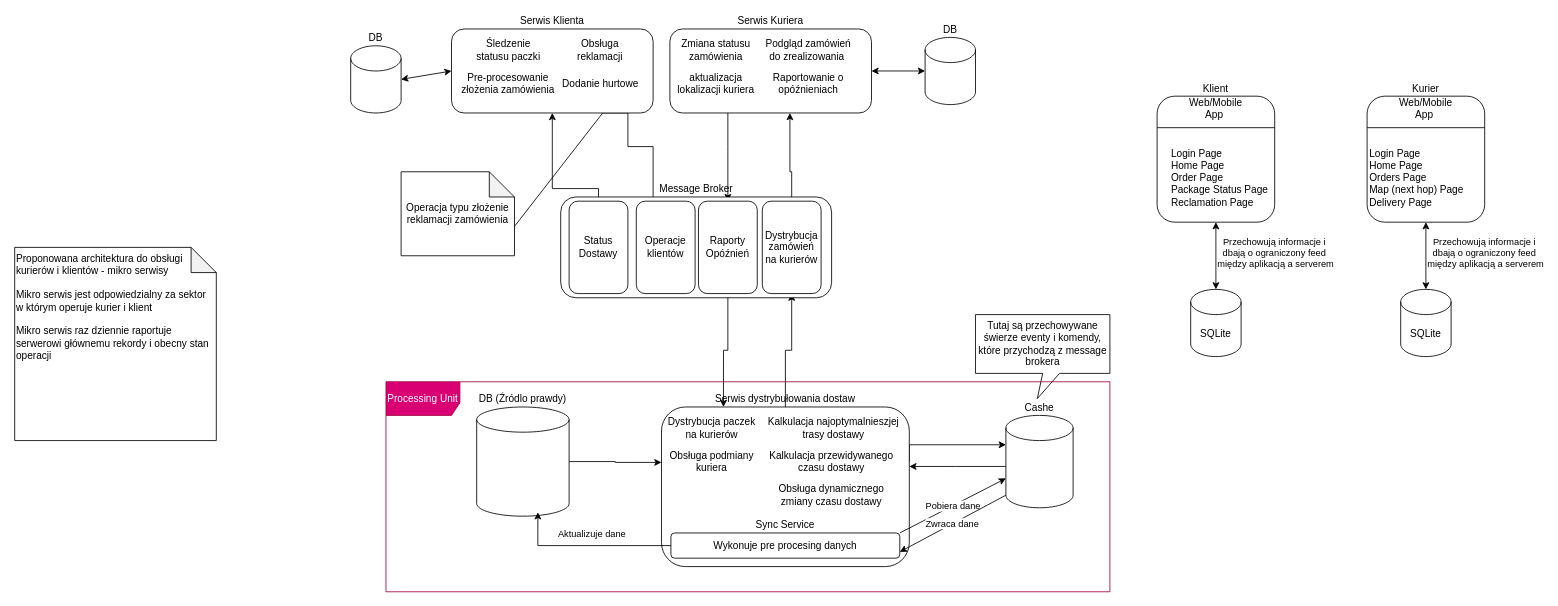
Franio2018/Projekt-Zespolowy keeps this draw.io diagram as page "Mikroserwisy + CQRS + modele paneli użytkowników" (1 of 2) of architektura.drawio. Above is the earlier version. Source tidied: cells renumbered, new cells numbered last; positions are measured from the earlier drawing's top-left corner, leaving out a move shared by most shapes. Both pictures are drawn from the tidied source at 84%, with x=0, y=0 at pixel (14, 29).
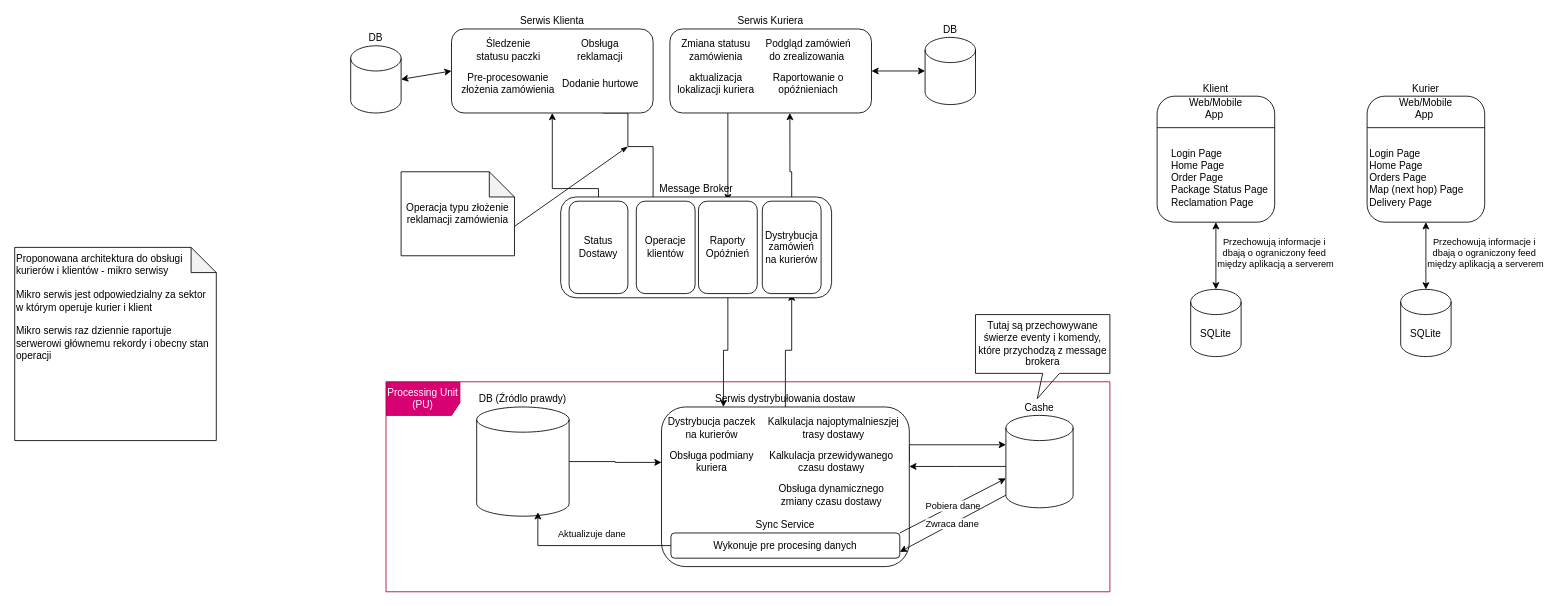
The same page after the edit.

Commit message:
dodanie diagramu SBA [v1]

The change refers to these unchanged cells:
```xml
<mxCell id="5" value="Serwis Klienta" style="rounded=1;whiteSpace=wrap;html=1;roundedPerimeter=1;labelPosition=center;verticalLabelPosition=top;align=center;verticalAlign=bottom;" parent="1" vertex="1">
  <mxGeometry x="520" width="240" height="100" as="geometry" />
</mxCell>
<mxCell id="22" value="Operacja typu złożenie reklamacji&amp;nbsp;&lt;span style=&quot;background-color: transparent; color: light-dark(#000000, var(--ge-light-color, #ffffff));&quot;&gt;zamówienia&lt;/span&gt;" style="shape=note;whiteSpace=wrap;html=1;backgroundOutline=1;darkOpacity=0.05;" parent="1" vertex="1">
  <mxGeometry x="460" y="170" width="135" height="100" as="geometry" />
</mxCell>
```

Change to the diagram source:
```diff
@@
-    <mxCell id="32" style="rounded=0;jettySize=auto;html=1;entryX=0;entryY=0;entryDx=135;entryDy=65;entryPerimeter=0;exitX=0.75;exitY=1;exitDx=0;exitDy=0;endArrow=none;endFill=0;" parent="1" edge="1" source="5" target="22">
-      <mxGeometry relative="1" as="geometry" />
+    <mxCell id="32" style="rounded=0;jettySize=auto;html=1;entryX=0;entryY=0;entryDx=135;entryDy=65;entryPerimeter=0;endArrow=none;endFill=0;startArrow=classicThin;startFill=1;" parent="1" edge="1" target="22">
+      <mxGeometry relative="1" as="geometry">
+        <mxPoint x="730" y="140" as="sourcePoint" />
+      </mxGeometry>
     </mxCell>
@@
-    <mxCell id="55" value="Processing Unit" style="shape=umlFrame;whiteSpace=wrap;html=1;fillColor=#d80073;fontColor=#ffffff;strokeColor=#A50040;width=88;height=40;" parent="1" vertex="1">
+    <mxCell id="55" value="Processing Unit&lt;div&gt;(PU)&lt;/div&gt;" style="shape=umlFrame;whiteSpace=wrap;html=1;fillColor=#d80073;fontColor=#ffffff;strokeColor=#A50040;width=88;height=40;" parent="1" vertex="1">
       <mxGeometry x="442" y="420" width="861.8" height="250" as="geometry" />
     </mxCell>
```
